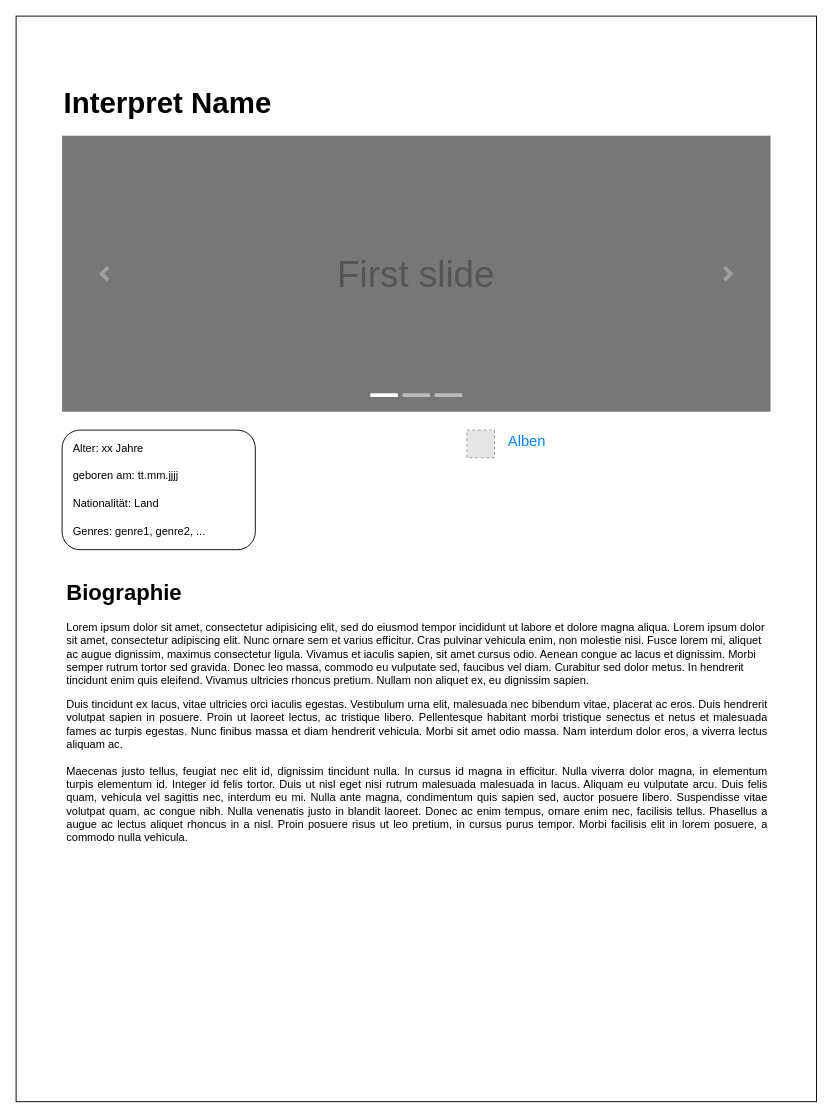
This is page "Detailseite Interpret" (7 of 10) of Untitled Diagram.drawio from free-prayer-bird/demo-repo, a draw.io file, before an edit. Source tidied: cells renumbered, new cells numbered last; positions are measured from the earlier drawing's top-left corner, leaving out a move shared by most shapes. Both pictures are drawn from the tidied source at 92%, with x=0, y=0 at pixel (16, 16). Pictures stored in the file or linked from it are replaced by grey dashed boxes.
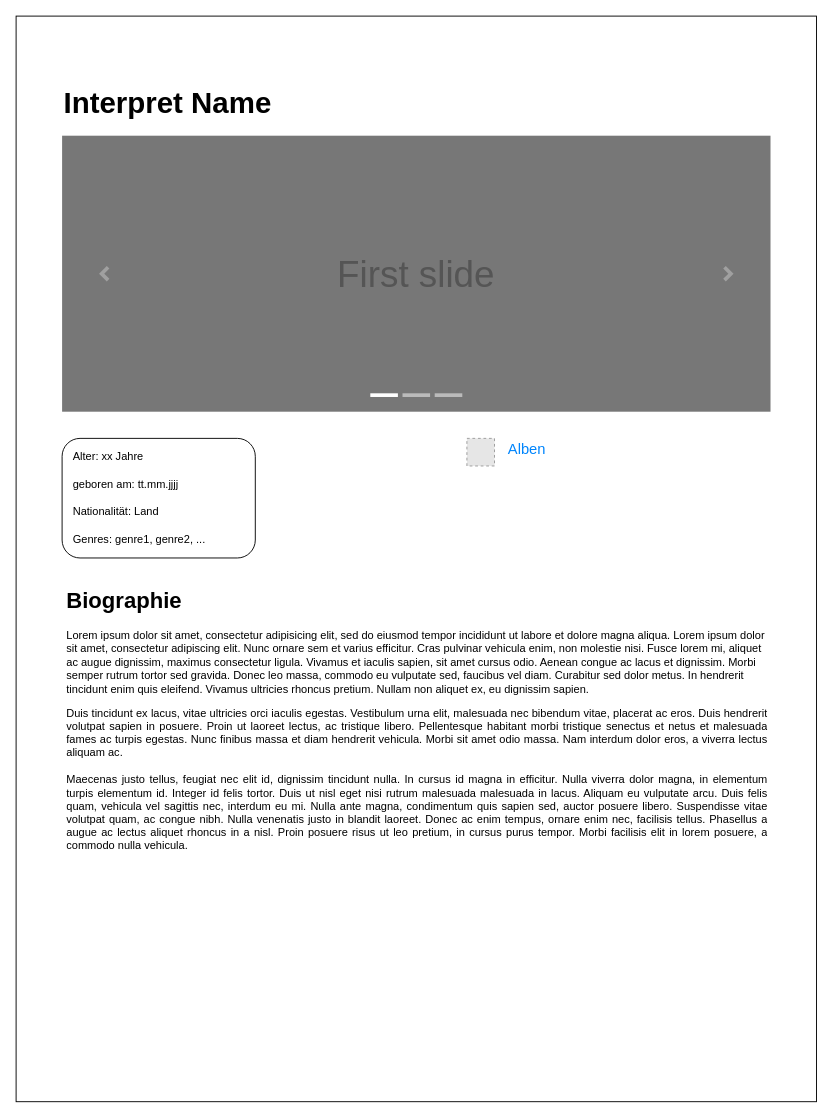
The same diagram, later.

The edit, as a diff of the source:
```diff
@@
+    <mxCell id="14" value="&lt;h1&gt;Biographie&lt;/h1&gt;&lt;p&gt;Lorem ipsum dolor sit amet, consectetur adipisicing elit, sed do eiusmod tempor incididunt ut labore et dolore magna aliqua.&amp;nbsp;&lt;span style=&quot;background-color: rgb(255 , 255 , 255) ; text-align: justify&quot;&gt;&lt;font style=&quot;font-size: 12px&quot;&gt;Lorem ipsum dolor sit amet, consectetur adipiscing elit. Nunc ornare sem et varius efficitur. Cras pulvinar vehicula enim, non molestie nisi. Fusce lorem mi, aliquet ac augue dignissim, maximus consectetur ligula. Vivamus et iaculis sapien, sit amet cursus odio. Aenean congue ac lacus et dignissim. Morbi semper rutrum tortor sed gravida. Donec leo massa, commodo eu vulputate sed, faucibus vel diam. Curabitur sed dolor metus. In hendrerit tincidunt enim quis eleifend. Vivamus ultricies rhoncus pretium. Nullam non aliquet ex, eu dignissim sapien.&lt;/font&gt;&lt;/span&gt;&lt;/p&gt;&lt;p style=&quot;margin: 0px 0px 15px ; padding: 0px ; text-align: justify ; background-color: rgb(255 , 255 , 255)&quot;&gt;&lt;font style=&quot;font-size: 12px&quot;&gt;Duis tincidunt ex lacus, vitae ultricies orci iaculis egestas. Vestibulum urna elit, malesuada nec bibendum vitae, placerat ac eros. Duis hendrerit volutpat sapien in posuere. Proin ut laoreet lectus, ac tristique libero. Pellentesque habitant morbi tristique senectus et netus et malesuada fames ac turpis egestas. Nunc finibus massa et diam hendrerit vehicula. Morbi sit amet odio massa. Nam interdum dolor eros, a viverra lectus aliquam ac.&lt;/font&gt;&lt;/p&gt;&lt;p style=&quot;margin: 0px 0px 15px ; padding: 0px ; text-align: justify ; background-color: rgb(255 , 255 , 255)&quot;&gt;&lt;font style=&quot;font-size: 12px&quot;&gt;Maecenas justo tellus, feugiat nec elit id, dignissim tincidunt nulla. In cursus id magna in efficitur. Nulla viverra dolor magna, in elementum turpis elementum id. Integer id felis tortor. Duis ut nisl eget nisi rutrum malesuada malesuada in lacus. Aliquam eu vulputate arcu. Duis felis quam, vehicula vel sagittis nec, interdum eu mi. Nulla ante magna, condimentum quis sapien sed, auctor posuere libero. Suspendisse vitae volutpat quam, ac congue nibh. Nulla venenatis justo in blandit laoreet. Donec ac enim tempus, ornare enim nec, facilisis tellus. Phasellus a augue ac lectus aliquet rhoncus in a nisl. Proin posuere risus ut leo pretium, in cursus purus tempor. Morbi facilisis elit in lorem posuere, a commodo nulla vehicula.&lt;/font&gt;&lt;/p&gt;" style="text;html=1;strokeColor=none;fillColor=none;spacing=5;spacingTop=-20;whiteSpace=wrap;overflow=hidden;rounded=0;shadow=0;glass=0;sketch=0;fontSize=12;fontColor=#000000;" parent="1" vertex="1">
+      <mxGeometry x="50" y="616" width="770" height="300" as="geometry" />
+    </mxCell>
+    <mxCell id="18" style="group;" parent="1" vertex="1">
+      <mxGeometry x="490" y="456" width="300" height="33" as="geometry" />
+    </mxCell>
+    <mxCell id="15" value="Alben" style="html=1;shadow=0;dashed=0;shape=mxgraph.bootstrap.rrect;rSize=5;strokeColor=none;strokeWidth=1;fillColor=none;fontColor=#0085FC;whiteSpace=wrap;align=left;verticalAlign=middle;spacingLeft=0;fontStyle=0;fontSize=16;spacing=5;rounded=1;" parent="18" vertex="1">
+      <mxGeometry x="40" width="260" height="30" as="geometry" />
+    </mxCell>
+    <mxCell id="17" style="fillColor=#E6E6E6;strokeColor=#999999;dashed=1;html=1;verticalAlign=top;verticalLabelPosition=bottom;labelBackgroundColor=#ffffff;fontFamily=Helvetica;fontSize=12;fontColor=#000000;" parent="18" vertex="1">
+      <mxGeometry y="3" width="30" height="30" as="geometry" />
+    </mxCell>
+    <mxCell id="19" style="group;" parent="1" vertex="1">
+      <mxGeometry x="50" y="459" width="210" height="130" as="geometry" />
+    </mxCell>
-    <mxCell id="10" style="rounded=1;whiteSpace=wrap;html=1;shadow=0;glass=0;sketch=0;fontSize=12;" parent="1" vertex="1">
-      <mxGeometry x="50" y="450" width="210" height="130" as="geometry" />
+    <mxCell id="10" style="rounded=1;whiteSpace=wrap;html=1;shadow=0;glass=0;sketch=0;fontSize=12;" parent="19" vertex="1">
+      <mxGeometry width="210" height="130" as="geometry" />
     </mxCell>
-    <mxCell id="11" value="&lt;font color=&quot;#000000&quot;&gt;Alter: xx Jahre&lt;/font&gt;" style="text;html=1;strokeColor=none;fillColor=none;align=left;verticalAlign=middle;whiteSpace=wrap;rounded=0;shadow=0;glass=0;sketch=0;fontSize=12;fontColor=#868E96;" parent="1" vertex="1">
-      <mxGeometry x="60" y="455" width="80" height="30" as="geometry" />
+    <mxCell id="11" value="&lt;font color=&quot;#000000&quot;&gt;Alter: xx Jahre&lt;/font&gt;" style="text;html=1;strokeColor=none;fillColor=none;align=left;verticalAlign=middle;whiteSpace=wrap;rounded=0;shadow=0;glass=0;sketch=0;fontSize=12;fontColor=#868E96;" parent="19" vertex="1">
+      <mxGeometry x="10" y="5" width="80" height="30" as="geometry" />
     </mxCell>
-    <mxCell id="12" value="&lt;font color=&quot;#000000&quot;&gt;geboren am: tt.mm.jjjj&lt;/font&gt;" style="text;html=1;strokeColor=none;fillColor=none;align=left;verticalAlign=middle;whiteSpace=wrap;rounded=0;shadow=0;glass=0;sketch=0;fontSize=12;fontColor=#868E96;" parent="1" vertex="1">
-      <mxGeometry x="60" y="485" width="120" height="30" as="geometry" />
+    <mxCell id="12" value="&lt;font color=&quot;#000000&quot;&gt;geboren am: tt.mm.jjjj&lt;/font&gt;" style="text;html=1;strokeColor=none;fillColor=none;align=left;verticalAlign=middle;whiteSpace=wrap;rounded=0;shadow=0;glass=0;sketch=0;fontSize=12;fontColor=#868E96;" parent="19" vertex="1">
+      <mxGeometry x="10" y="35" width="120" height="30" as="geometry" />
     </mxCell>
-    <mxCell id="13" value="&lt;font color=&quot;#000000&quot;&gt;Nationalität: Land&lt;/font&gt;" style="text;html=1;strokeColor=none;fillColor=none;align=left;verticalAlign=middle;whiteSpace=wrap;rounded=0;shadow=0;glass=0;sketch=0;fontSize=12;fontColor=#868E96;" parent="1" vertex="1">
-      <mxGeometry x="60" y="515" width="120" height="30" as="geometry" />
+    <mxCell id="13" value="&lt;font color=&quot;#000000&quot;&gt;Nationalität: Land&lt;/font&gt;" style="text;html=1;strokeColor=none;fillColor=none;align=left;verticalAlign=middle;whiteSpace=wrap;rounded=0;shadow=0;glass=0;sketch=0;fontSize=12;fontColor=#868E96;" parent="19" vertex="1">
+      <mxGeometry x="10" y="65" width="120" height="30" as="geometry" />
     </mxCell>
-    <mxCell id="14" value="&lt;h1&gt;Biographie&lt;/h1&gt;&lt;p&gt;Lorem ipsum dolor sit amet, consectetur adipisicing elit, sed do eiusmod tempor incididunt ut labore et dolore magna aliqua.&amp;nbsp;&lt;span style=&quot;background-color: rgb(255 , 255 , 255) ; text-align: justify&quot;&gt;&lt;font style=&quot;font-size: 12px&quot;&gt;Lorem ipsum dolor sit amet, consectetur adipiscing elit. Nunc ornare sem et varius efficitur. Cras pulvinar vehicula enim, non molestie nisi. Fusce lorem mi, aliquet ac augue dignissim, maximus consectetur ligula. Vivamus et iaculis sapien, sit amet cursus odio. Aenean congue ac lacus et dignissim. Morbi semper rutrum tortor sed gravida. Donec leo massa, commodo eu vulputate sed, faucibus vel diam. Curabitur sed dolor metus. In hendrerit tincidunt enim quis eleifend. Vivamus ultricies rhoncus pretium. Nullam non aliquet ex, eu dignissim sapien.&lt;/font&gt;&lt;/span&gt;&lt;/p&gt;&lt;p style=&quot;margin: 0px 0px 15px ; padding: 0px ; text-align: justify ; background-color: rgb(255 , 255 , 255)&quot;&gt;&lt;font style=&quot;font-size: 12px&quot;&gt;Duis tincidunt ex lacus, vitae ultricies orci iaculis egestas. Vestibulum urna elit, malesuada nec bibendum vitae, placerat ac eros. Duis hendrerit volutpat sapien in posuere. Proin ut laoreet lectus, ac tristique libero. Pellentesque habitant morbi tristique senectus et netus et malesuada fames ac turpis egestas. Nunc finibus massa et diam hendrerit vehicula. Morbi sit amet odio massa. Nam interdum dolor eros, a viverra lectus aliquam ac.&lt;/font&gt;&lt;/p&gt;&lt;p style=&quot;margin: 0px 0px 15px ; padding: 0px ; text-align: justify ; background-color: rgb(255 , 255 , 255)&quot;&gt;&lt;font style=&quot;font-size: 12px&quot;&gt;Maecenas justo tellus, feugiat nec elit id, dignissim tincidunt nulla. In cursus id magna in efficitur. Nulla viverra dolor magna, in elementum turpis elementum id. Integer id felis tortor. Duis ut nisl eget nisi rutrum malesuada malesuada in lacus. Aliquam eu vulputate arcu. Duis felis quam, vehicula vel sagittis nec, interdum eu mi. Nulla ante magna, condimentum quis sapien sed, auctor posuere libero. Suspendisse vitae volutpat quam, ac congue nibh. Nulla venenatis justo in blandit laoreet. Donec ac enim tempus, ornare enim nec, facilisis tellus. Phasellus a augue ac lectus aliquet rhoncus in a nisl. Proin posuere risus ut leo pretium, in cursus purus tempor. Morbi facilisis elit in lorem posuere, a commodo nulla vehicula.&lt;/font&gt;&lt;/p&gt;" style="text;html=1;strokeColor=none;fillColor=none;spacing=5;spacingTop=-20;whiteSpace=wrap;overflow=hidden;rounded=0;shadow=0;glass=0;sketch=0;fontSize=12;fontColor=#000000;" parent="1" vertex="1">
-      <mxGeometry x="50" y="607" width="770" height="300" as="geometry" />
-    </mxCell>
-    <mxCell id="15" value="Alben" style="html=1;shadow=0;dashed=0;shape=mxgraph.bootstrap.rrect;rSize=5;strokeColor=none;strokeWidth=1;fillColor=none;fontColor=#0085FC;whiteSpace=wrap;align=left;verticalAlign=middle;spacingLeft=0;fontStyle=0;fontSize=16;spacing=5;rounded=1;" parent="1" vertex="1">
-      <mxGeometry x="530" y="447" width="260" height="30" as="geometry" />
-    </mxCell>
-    <mxCell id="16" value="&lt;font color=&quot;#000000&quot;&gt;Genres: genre1, genre2, ...&lt;/font&gt;" style="text;html=1;strokeColor=none;fillColor=none;align=left;verticalAlign=middle;whiteSpace=wrap;rounded=0;shadow=0;glass=0;sketch=0;fontSize=12;fontColor=#868E96;" parent="1" vertex="1">
-      <mxGeometry x="60" y="545" width="160" height="30" as="geometry" />
+    <mxCell id="16" value="&lt;font color=&quot;#000000&quot;&gt;Genres: genre1, genre2, ...&lt;/font&gt;" style="text;html=1;strokeColor=none;fillColor=none;align=left;verticalAlign=middle;whiteSpace=wrap;rounded=0;shadow=0;glass=0;sketch=0;fontSize=12;fontColor=#868E96;" parent="19" vertex="1">
+      <mxGeometry x="10" y="95" width="160" height="30" as="geometry" />
     </mxCell>
-    <mxCell id="17" style="fillColor=#E6E6E6;strokeColor=#999999;dashed=1;html=1;verticalAlign=top;verticalLabelPosition=bottom;labelBackgroundColor=#ffffff;fontFamily=Helvetica;fontSize=12;fontColor=#000000;" parent="1" vertex="1">
-      <mxGeometry x="490" y="450" width="30" height="30" as="geometry" />
-    </mxCell>
```
